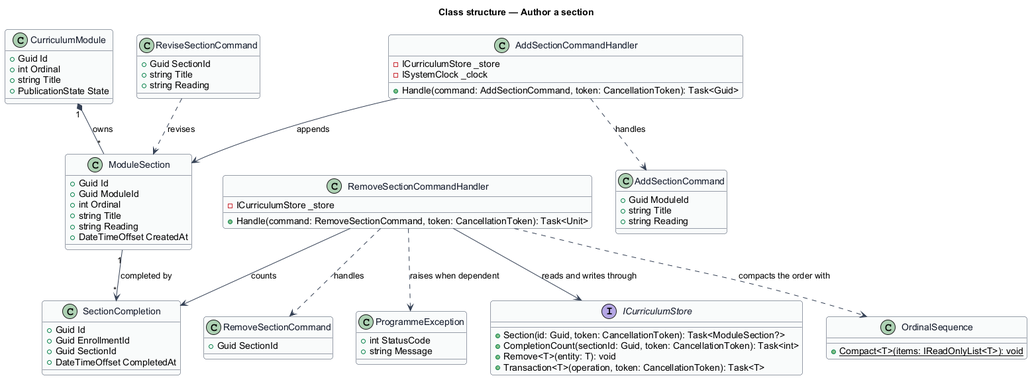
The PlantUML diagram docs/detailed-designs/administration/author-section/diagrams/class-structure.png in QuinntyneBrown/quinntyne-brown-stewardship, before a commit.
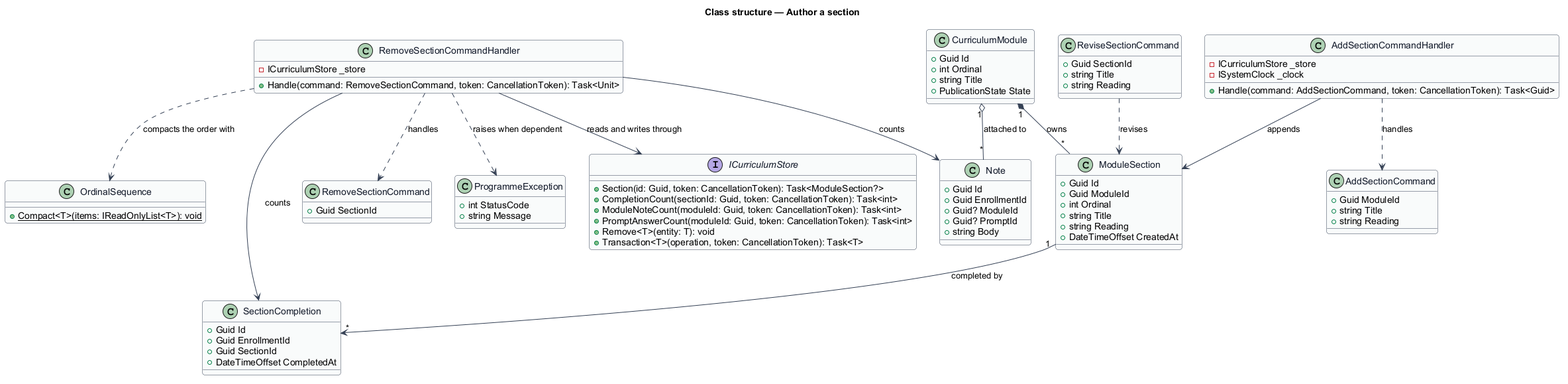
After the commit.

What changed in the source:
```diff
@@ -25,6 +25,14 @@
   +string Title
   +string Reading
   +DateTimeOffset CreatedAt
+}
+
+class Note {
+  +Guid Id
+  +Guid EnrollmentId
+  +Guid? ModuleId
+  +Guid? PromptId
+  +string Body
 }
 
 class SectionCompletion {
@@ -69,6 +77,8 @@
 interface ICurriculumStore {
   +Section(id: Guid, token: CancellationToken): Task<ModuleSection?>
   +CompletionCount(sectionId: Guid, token: CancellationToken): Task<int>
+  +ModuleNoteCount(moduleId: Guid, token: CancellationToken): Task<int>
+  +PromptAnswerCount(moduleId: Guid, token: CancellationToken): Task<int>
   +Remove<T>(entity: T): void
   +Transaction<T>(operation, token: CancellationToken): Task<T>
 }
@@ -83,6 +93,8 @@
 AddSectionCommandHandler --> ModuleSection : appends
 RemoveSectionCommandHandler ..> RemoveSectionCommand : handles
 RemoveSectionCommandHandler --> SectionCompletion : counts
+RemoveSectionCommandHandler --> Note : counts
+CurriculumModule "1" o-- "*" Note : attached to
 RemoveSectionCommandHandler ..> ProgrammeException : raises when dependent
 RemoveSectionCommandHandler ..> OrdinalSequence : compacts the order with
 RemoveSectionCommandHandler --> ICurriculumStore : reads and writes through
```
